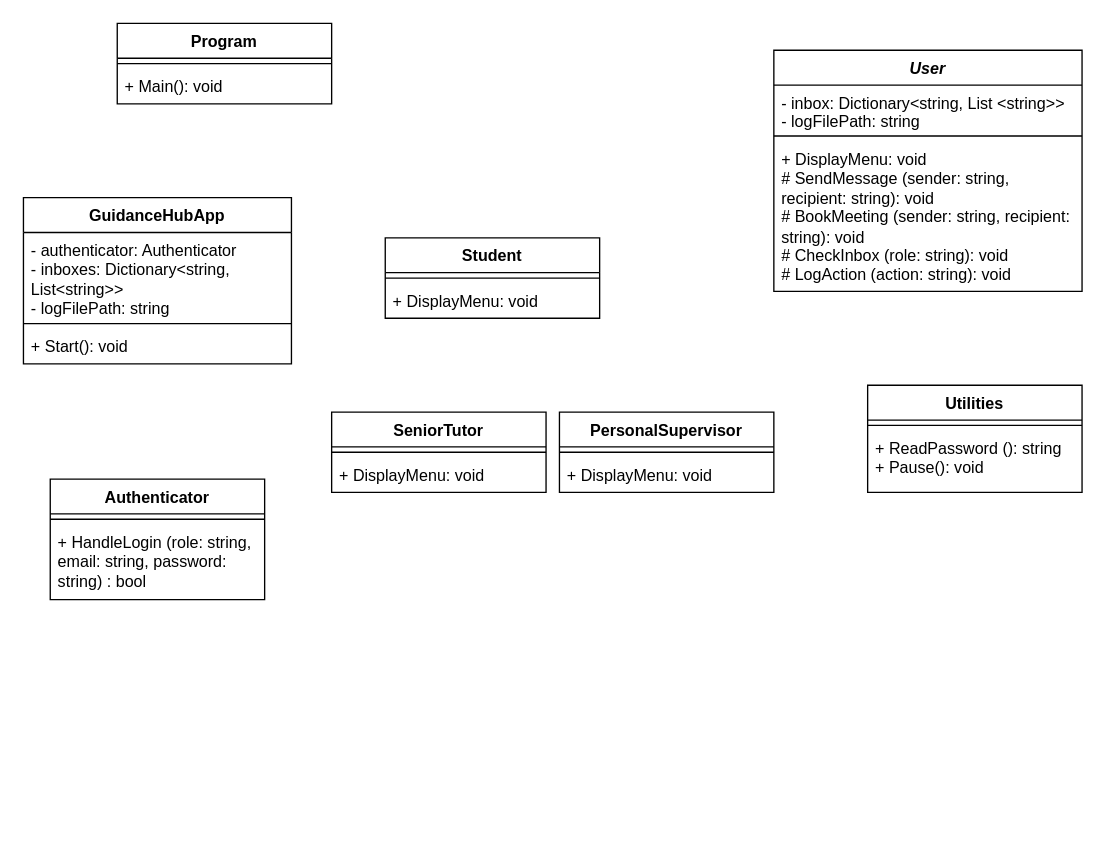
Before: DIAGRAMS/Class Diagram.drawio in 551462-Design-Develop-Deploy-24-25/001-port-individual-software-project-portfolio-MMukhtar1885, a draw.io diagram. Source tidied: cells renumbered, new cells numbered last; positions are measured from the earlier drawing's top-left corner, leaving out a move shared by most shapes. Both pictures are drawn from the tidied source at 134%, with x=0, y=0 at pixel (23, 23).
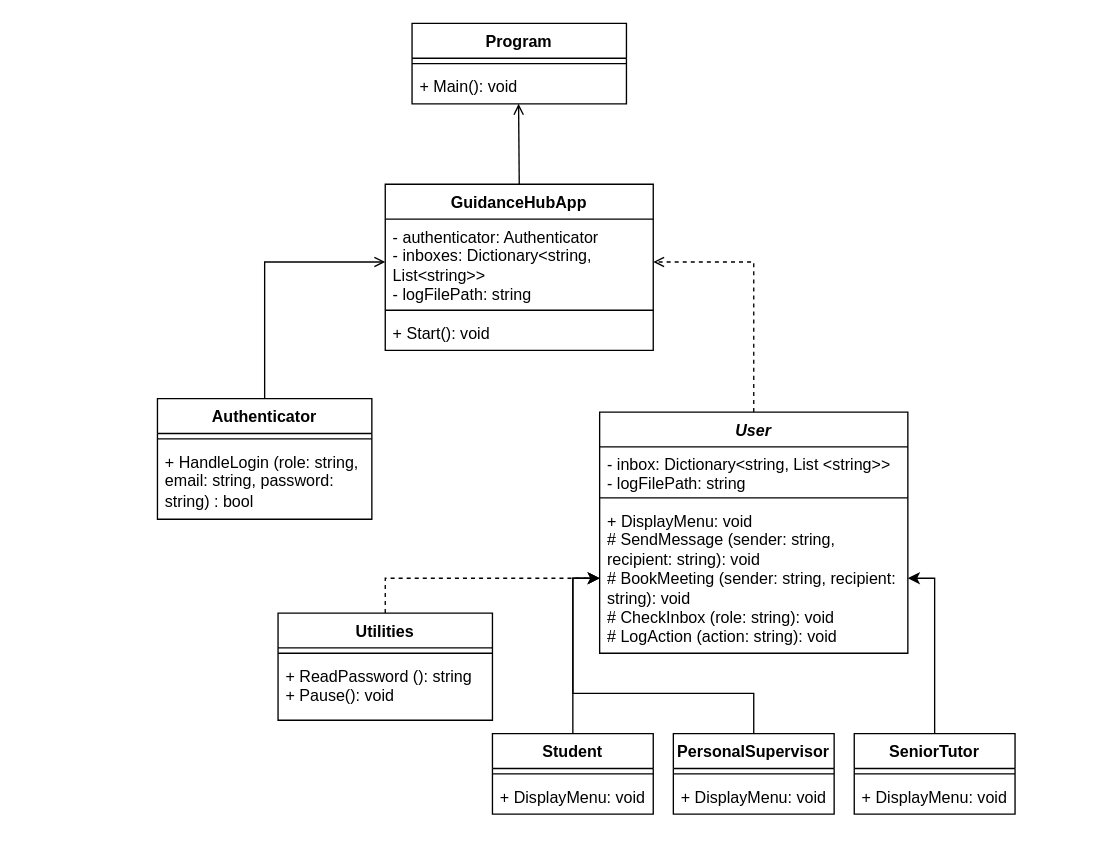
The same page after the edit.

Unchanged cells that the change refers to:
```xml
<mxCell id="3" value="- authenticator: Authenticator&lt;div&gt;-&amp;nbsp;&lt;span style=&quot;background-color: initial;&quot;&gt;inboxes: Dictionary&amp;lt;string, List&amp;lt;string&amp;gt;&amp;gt;&lt;/span&gt;&lt;/div&gt;&lt;div&gt;&lt;span style=&quot;background-color: initial;&quot;&gt;-&amp;nbsp;&lt;/span&gt;&lt;span style=&quot;background-color: initial;&quot;&gt;logFilePath: string&lt;/span&gt;&lt;/div&gt;" style="text;strokeColor=none;fillColor=none;align=left;verticalAlign=top;spacingLeft=4;spacingRight=4;overflow=hidden;points=[[0,0.5],[1,0.5]];portConstraint=eastwest;whiteSpace=wrap;html=1;" parent="2" vertex="1">
  <mxGeometry y="26" width="200" height="64" as="geometry" />
</mxCell>
<mxCell id="15" value="+ DisplayMenu: void&lt;div&gt;# SendMessage (sender: string, recipient: string): void&lt;/div&gt;&lt;div&gt;# BookMeeting (sender: string, recipient: string): void&lt;/div&gt;&lt;div&gt;# CheckInbox (role: string): void&lt;/div&gt;&lt;div&gt;# LogAction (action: string): void&lt;/div&gt;&lt;div&gt;&lt;br&gt;&lt;/div&gt;&lt;div&gt;&lt;br&gt;&lt;div&gt;&lt;br&gt;&lt;/div&gt;&lt;/div&gt;" style="text;strokeColor=none;fillColor=none;align=left;verticalAlign=top;spacingLeft=4;spacingRight=4;overflow=hidden;points=[[0,0.5],[1,0.5]];portConstraint=eastwest;whiteSpace=wrap;html=1;" parent="12" vertex="1">
  <mxGeometry y="68" width="230" height="112" as="geometry" />
</mxCell>
```

Diff of the diagram source:
```diff
@@
     <mxCell id="2" value="GuidanceHubApp" style="swimlane;fontStyle=1;align=center;verticalAlign=top;horizontal=1;startSize=26;whiteSpace=wrap;html=1;" parent="1" vertex="1">
-      <mxGeometry y="130" width="200" height="124" as="geometry" />
+      <mxGeometry x="270" y="120" width="200" height="124" as="geometry" />
     </mxCell>
@@
     <mxCell id="6" value="Program" style="swimlane;fontStyle=1;align=center;verticalAlign=top;horizontal=1;startSize=26;whiteSpace=wrap;html=1;" parent="1" vertex="1">
-      <mxGeometry x="70" width="160" height="60" as="geometry" />
+      <mxGeometry x="290" width="160" height="60" as="geometry" />
     </mxCell>
@@
     <mxCell id="9" value="Authenticator" style="swimlane;fontStyle=1;align=center;verticalAlign=top;horizontal=1;startSize=26;whiteSpace=wrap;html=1;" parent="1" vertex="1">
-      <mxGeometry x="20" y="340" width="160" height="90" as="geometry" />
+      <mxGeometry x="100" y="280" width="160" height="90" as="geometry" />
     </mxCell>
@@
     <mxCell id="12" value="&lt;i&gt;User&lt;/i&gt;" style="swimlane;fontStyle=1;align=center;verticalAlign=top;horizontal=1;startSize=26;whiteSpace=wrap;html=1;" parent="1" vertex="1">
-      <mxGeometry x="560" y="20" width="230" height="180" as="geometry" />
+      <mxGeometry x="430" y="290" width="230" height="180" as="geometry" />
     </mxCell>
@@
+    <mxCell id="28" style="edgeStyle=orthogonalEdgeStyle;rounded=0;jettySize=auto;html=1;exitX=0.5;exitY=0;exitDx=0;exitDy=0;entryX=0;entryY=0.5;entryDx=0;entryDy=0;" parent="1" edge="1" source="16" target="15">
+      <mxGeometry relative="1" as="geometry" />
+    </mxCell>
     <mxCell id="16" value="Student" style="swimlane;fontStyle=1;align=center;verticalAlign=top;horizontal=1;startSize=26;whiteSpace=wrap;html=1;" parent="1" vertex="1">
-      <mxGeometry x="270" y="160" width="160" height="60" as="geometry" />
+      <mxGeometry x="350" y="530" width="120" height="60" as="geometry" />
     </mxCell>
     <mxCell id="17" style="line;strokeWidth=1;fillColor=none;align=left;verticalAlign=middle;spacingTop=-1;spacingLeft=3;spacingRight=3;labelPosition=right;strokeColor=inherit;" parent="16" vertex="1">
-      <mxGeometry y="26" width="160" height="8" as="geometry" />
+      <mxGeometry y="26" width="120" height="8" as="geometry" />
     </mxCell>
     <mxCell id="18" value="+ DisplayMenu: void" style="text;strokeColor=none;fillColor=none;align=left;verticalAlign=top;spacingLeft=4;spacingRight=4;overflow=hidden;whiteSpace=wrap;html=1;" parent="16" vertex="1">
-      <mxGeometry y="34" width="160" height="26" as="geometry" />
+      <mxGeometry y="34" width="120" height="26" as="geometry" />
     </mxCell>
-    <mxCell id="19" value="PersonalSupervisor" style="swimlane;fontStyle=1;align=center;verticalAlign=top;horizontal=1;startSize=26;whiteSpace=wrap;html=1;" parent="1" vertex="1">
-      <mxGeometry x="400" y="290" width="160" height="60" as="geometry" />
-    </mxCell>
-    <mxCell id="20" style="line;strokeWidth=1;fillColor=none;align=left;verticalAlign=middle;spacingTop=-1;spacingLeft=3;spacingRight=3;labelPosition=right;strokeColor=inherit;" parent="19" vertex="1">
-      <mxGeometry y="26" width="160" height="8" as="geometry" />
-    </mxCell>
-    <mxCell id="21" value="+ DisplayMenu: void" style="text;strokeColor=none;fillColor=none;align=left;verticalAlign=top;spacingLeft=4;spacingRight=4;overflow=hidden;whiteSpace=wrap;html=1;" parent="19" vertex="1">
-      <mxGeometry y="34" width="160" height="26" as="geometry" />
-    </mxCell>
-    <mxCell id="22" value="SeniorTutor" style="swimlane;fontStyle=1;align=center;verticalAlign=top;horizontal=1;startSize=26;whiteSpace=wrap;html=1;" parent="1" vertex="1">
-      <mxGeometry x="230" y="290" width="160" height="60" as="geometry" />
-    </mxCell>
-    <mxCell id="23" style="line;strokeWidth=1;fillColor=none;align=left;verticalAlign=middle;spacingTop=-1;spacingLeft=3;spacingRight=3;labelPosition=right;strokeColor=inherit;" parent="22" vertex="1">
-      <mxGeometry y="26" width="160" height="8" as="geometry" />
-    </mxCell>
-    <mxCell id="24" value="+ DisplayMenu: void" style="text;strokeColor=none;fillColor=none;align=left;verticalAlign=top;spacingLeft=4;spacingRight=4;overflow=hidden;whiteSpace=wrap;html=1;" parent="22" vertex="1">
-      <mxGeometry y="34" width="160" height="26" as="geometry" />
-    </mxCell>
     <mxCell id="25" value="Utilities" style="swimlane;fontStyle=1;align=center;verticalAlign=top;horizontal=1;startSize=26;whiteSpace=wrap;html=1;" parent="1" vertex="1">
-      <mxGeometry x="630" y="270" width="160" height="80" as="geometry" />
+      <mxGeometry x="190" y="440" width="160" height="80" as="geometry" />
     </mxCell>
@@
+    <mxCell id="29" style="html=1;labelBackgroundColor=#ffffff;jettySize=auto;fontSize=14;rounded=0;jumpStyle=gap;edgeStyle=orthogonalEdgeStyle;startArrow=none;endArrow=open;strokeWidth=1;exitX=0.5;exitY=0;exitDx=0;exitDy=0;" parent="1" edge="1" source="2">
+      <mxGeometry relative="1" as="geometry">
+        <mxPoint x="369.5" y="60" as="targetPoint" />
+      </mxGeometry>
+    </mxCell>
+    <mxCell id="30" style="html=1;labelBackgroundColor=#ffffff;jettySize=auto;fontSize=14;rounded=0;jumpStyle=gap;edgeStyle=orthogonalEdgeStyle;startArrow=none;endArrow=open;dashed=1;strokeWidth=1;exitX=0.5;exitY=0;exitDx=0;exitDy=0;entryX=1;entryY=0.5;entryDx=0;entryDy=0;" parent="1" edge="1" source="12" target="3">
+      <mxGeometry relative="1" as="geometry" />
+    </mxCell>
+    <mxCell id="31" style="html=1;labelBackgroundColor=#ffffff;jettySize=auto;fontSize=14;rounded=0;jumpStyle=gap;edgeStyle=orthogonalEdgeStyle;startArrow=none;endArrow=open;strokeWidth=1;exitX=0.5;exitY=0;exitDx=0;exitDy=0;entryX=0;entryY=0.5;entryDx=0;entryDy=0;" parent="1" edge="1" source="9" target="3">
+      <mxGeometry relative="1" as="geometry">
+        <Array as="points">
+          <mxPoint x="180" y="178" />
+        </Array>
+      </mxGeometry>
+    </mxCell>
+    <mxCell id="19" value="PersonalSupervisor" style="swimlane;fontStyle=1;align=center;verticalAlign=top;horizontal=1;startSize=26;whiteSpace=wrap;html=1;" parent="1" vertex="1">
+      <mxGeometry x="485" y="530" width="120" height="60" as="geometry" />
+    </mxCell>
+    <mxCell id="32" style="line;strokeWidth=1;fillColor=none;align=left;verticalAlign=middle;spacingTop=-1;spacingLeft=3;spacingRight=3;labelPosition=right;strokeColor=inherit;" parent="19" vertex="1">
+      <mxGeometry y="26" width="120" height="8" as="geometry" />
+    </mxCell>
+    <mxCell id="33" value="+ DisplayMenu: void" style="text;strokeColor=none;fillColor=none;align=left;verticalAlign=top;spacingLeft=4;spacingRight=4;overflow=hidden;whiteSpace=wrap;html=1;" parent="19" vertex="1">
+      <mxGeometry y="34" width="120" height="26" as="geometry" />
+    </mxCell>
+    <mxCell id="34" style="edgeStyle=orthogonalEdgeStyle;rounded=0;jettySize=auto;html=1;entryX=1;entryY=0.5;entryDx=0;entryDy=0;" parent="1" edge="1" source="22" target="15">
+      <mxGeometry relative="1" as="geometry" />
+    </mxCell>
+    <mxCell id="22" value="SeniorTutor" style="swimlane;fontStyle=1;align=center;verticalAlign=top;horizontal=1;startSize=26;whiteSpace=wrap;html=1;" parent="1" vertex="1">
+      <mxGeometry x="620" y="530" width="120" height="60" as="geometry" />
+    </mxCell>
+    <mxCell id="35" style="line;strokeWidth=1;fillColor=none;align=left;verticalAlign=middle;spacingTop=-1;spacingLeft=3;spacingRight=3;labelPosition=right;strokeColor=inherit;" parent="22" vertex="1">
+      <mxGeometry y="26" width="120" height="8" as="geometry" />
+    </mxCell>
+    <mxCell id="36" value="+ DisplayMenu: void" style="text;strokeColor=none;fillColor=none;align=left;verticalAlign=top;spacingLeft=4;spacingRight=4;overflow=hidden;whiteSpace=wrap;html=1;" parent="22" vertex="1">
+      <mxGeometry y="34" width="120" height="26" as="geometry" />
+    </mxCell>
+    <mxCell id="37" style="edgeStyle=orthogonalEdgeStyle;rounded=0;jettySize=auto;html=1;entryX=0;entryY=0.5;entryDx=0;entryDy=0;" parent="1" edge="1" source="19" target="15">
+      <mxGeometry relative="1" as="geometry" />
+    </mxCell>
+    <mxCell id="38" style="html=1;labelBackgroundColor=#ffffff;jettySize=auto;fontSize=14;rounded=0;jumpStyle=gap;edgeStyle=orthogonalEdgeStyle;startArrow=none;endArrow=open;dashed=1;strokeWidth=1;exitX=0.5;exitY=0;exitDx=0;exitDy=0;entryX=0;entryY=0.5;entryDx=0;entryDy=0;" parent="1" edge="1" source="25" target="15">
+      <mxGeometry relative="1" as="geometry" />
+    </mxCell>
```
